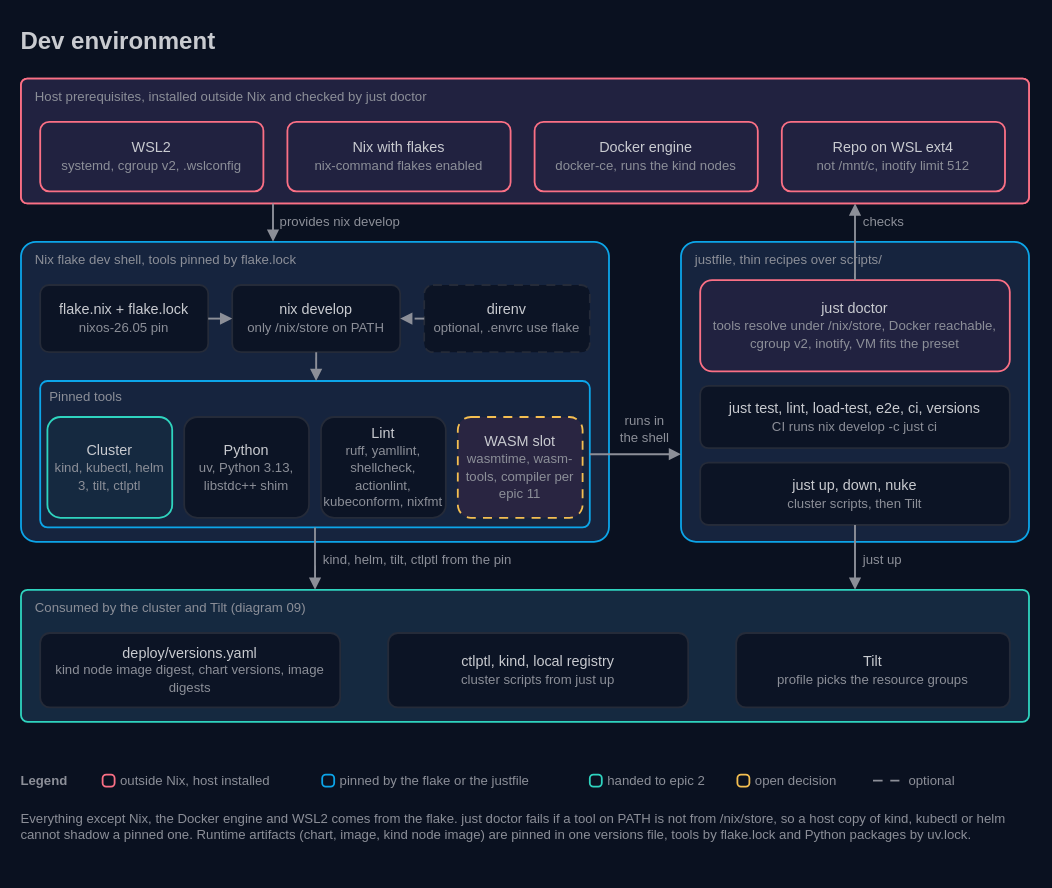
The draw.io diagram docs/architecture/08-dev-environment.drawio in AndoNorth/wasm-dag-forge, before the edit. Source tidied: cells renumbered, new cells numbered last; positions are measured from the earlier drawing's top-left corner, leaving out a move shared by most shapes. Both pictures are drawn from the tidied source at 120%, with x=0, y=0 at pixel (20, 20).
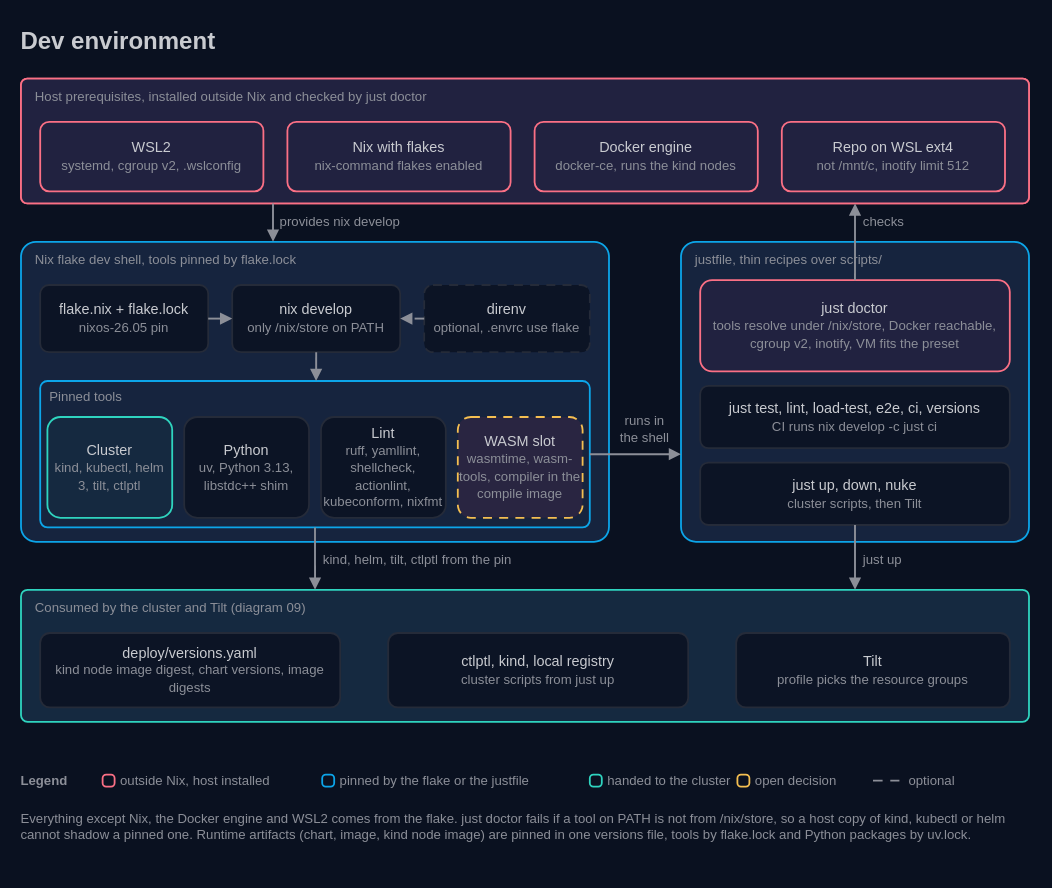
After the change.

The edit, as a diff of the source:
```diff
@@
-    <mxCell id="20" value="WASM slot&lt;br&gt;&lt;font color=&quot;#8c8f98&quot; style=&quot;font-size:11px&quot;&gt;wasmtime, wasm-tools, compiler per epic 11&lt;/font&gt;" style="rounded=1;arcSize=13;html=1;whiteSpace=wrap;fillColor=#292541;strokeColor=#f4bf51;strokeWidth=1.5;fontColor=#c9cbd0;fontSize=12;fontFamily=IBM Plex Sans;dashed=1;dashPattern=5 4;" parent="1" vertex="1">
+    <mxCell id="20" value="WASM slot&lt;br&gt;&lt;font color=&quot;#8c8f98&quot; style=&quot;font-size:11px&quot;&gt;wasmtime, wasm-tools, compiler in the compile image&lt;/font&gt;" style="rounded=1;arcSize=13;html=1;whiteSpace=wrap;fillColor=#292541;strokeColor=#f4bf51;strokeWidth=1.5;fontColor=#c9cbd0;fontSize=12;fontFamily=IBM Plex Sans;dashed=1;dashPattern=5 4;" parent="1" vertex="1">
       <mxGeometry x="364" y="330" width="104" height="84" as="geometry" />
     </mxCell>
@@
-    <mxCell id="50" value="handed to epic 2" style="text;html=1;strokeColor=none;fillColor=none;align=left;verticalAlign=middle;whiteSpace=nowrap;fontColor=#8c8f98;fontSize=11;fontFamily=IBM Plex Sans;spacing=0;" parent="1" vertex="1">
+    <mxCell id="50" value="handed to the cluster" style="text;html=1;strokeColor=none;fillColor=none;align=left;verticalAlign=middle;whiteSpace=nowrap;fontColor=#8c8f98;fontSize=11;fontFamily=IBM Plex Sans;spacing=0;" parent="1" vertex="1">
       <mxGeometry x="489" y="624" width="90" height="18" as="geometry" />
     </mxCell>
```
